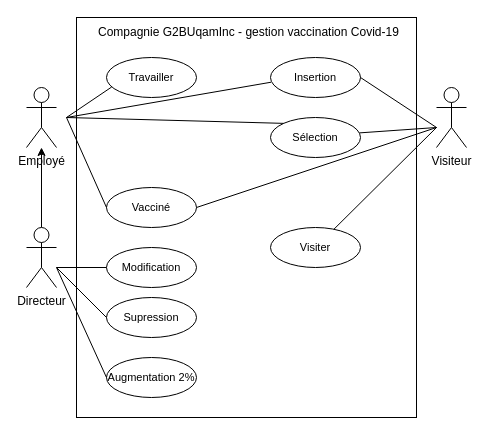
The draw.io diagram DRAWIO/diagramme des cas.drawio in Carl-Montpetit/database-sql, before the edit. Source tidied: cells renumbered, new cells numbered last; positions are measured from the earlier drawing's top-left corner, leaving out a move shared by most shapes. Both pictures are drawn from the tidied source at 100%, with x=0, y=0 at pixel (26, 17).
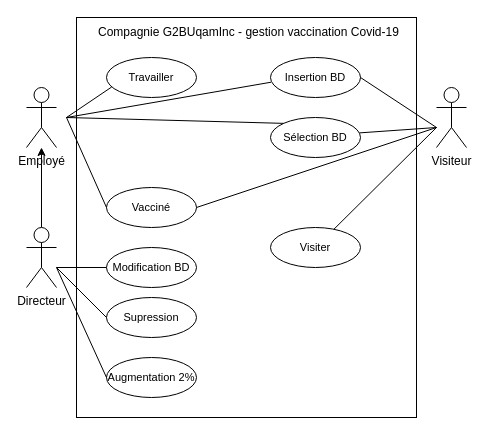
The same diagram, later.

Diff of the diagram source:
```diff
@@
-    <mxCell id="13" value="&lt;font style=&quot;font-size: 11px&quot;&gt;Insertion&lt;/font&gt;" style="ellipse;whiteSpace=wrap;html=1;" parent="1" vertex="1">
+    <mxCell id="13" value="&lt;font style=&quot;font-size: 11px&quot;&gt;Insertion&amp;nbsp;&lt;/font&gt;&lt;span style=&quot;font-size: 11px&quot;&gt;BD&lt;/span&gt;" style="ellipse;whiteSpace=wrap;html=1;" parent="1" vertex="1">
       <mxGeometry x="244" y="40" width="90" height="40" as="geometry" />
     </mxCell>
-    <mxCell id="14" value="&lt;font style=&quot;font-size: 11px&quot;&gt;Sélection&lt;/font&gt;" style="ellipse;whiteSpace=wrap;html=1;" parent="1" vertex="1">
+    <mxCell id="14" value="&lt;font style=&quot;font-size: 11px&quot;&gt;Sélection&amp;nbsp;&lt;/font&gt;&lt;span style=&quot;font-size: 11px&quot;&gt;BD&lt;/span&gt;" style="ellipse;whiteSpace=wrap;html=1;" parent="1" vertex="1">
       <mxGeometry x="244" y="100" width="90" height="40" as="geometry" />
     </mxCell>
@@
-    <mxCell id="21" value="&lt;font style=&quot;font-size: 11px&quot;&gt;Modification&lt;/font&gt;" style="ellipse;whiteSpace=wrap;html=1;" parent="1" vertex="1">
+    <mxCell id="21" value="&lt;font style=&quot;font-size: 11px&quot;&gt;Modification BD&lt;/font&gt;" style="ellipse;whiteSpace=wrap;html=1;" parent="1" vertex="1">
       <mxGeometry x="80" y="230" width="90" height="40" as="geometry" />
     </mxCell>
```
